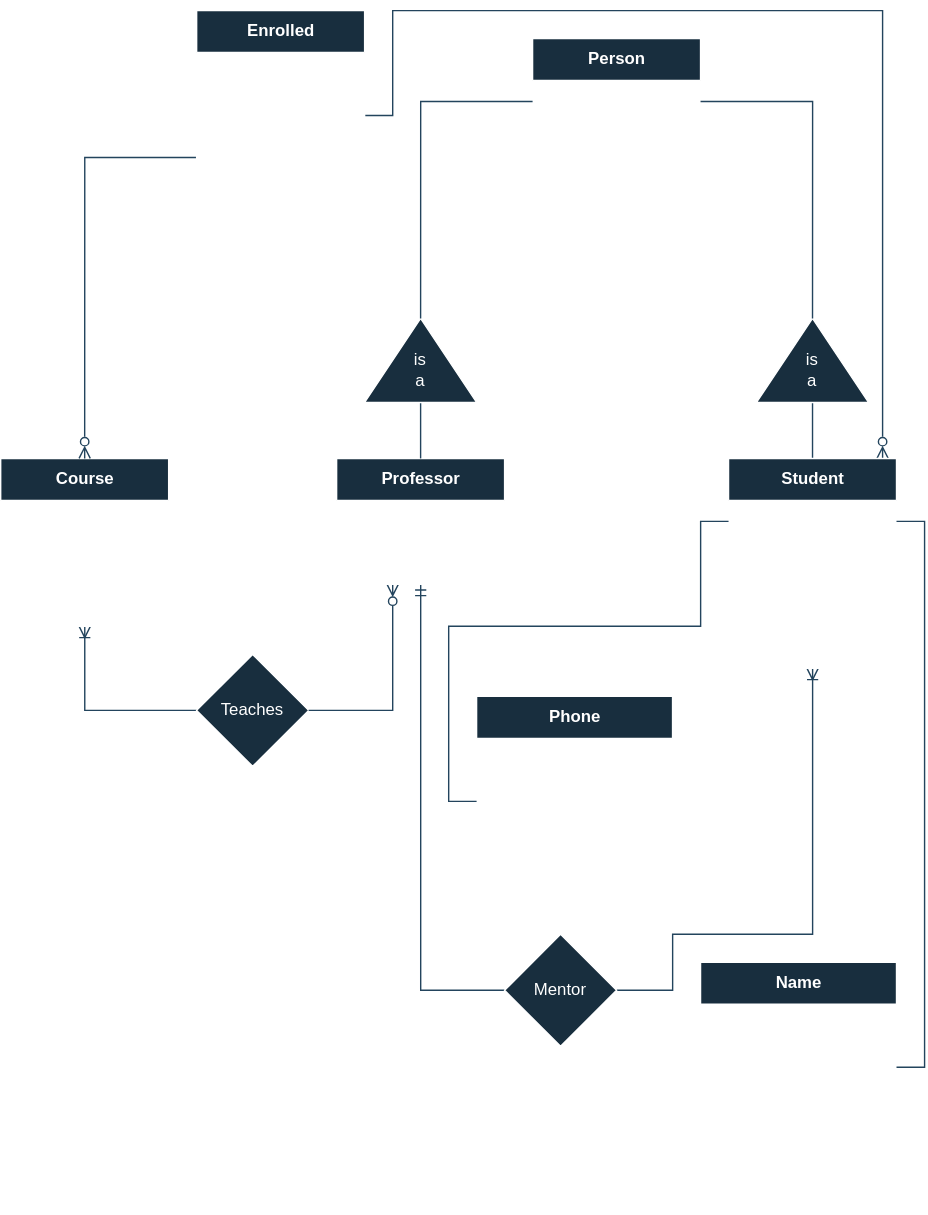
Before: _2_projects/_2_2_university_relational_schema/UniversityRelationalSchema.svg, a diagram exported from draw.io (M4MD24/SQL-Database-Level-1-Part-of-Concepts-and-Practices-by-Programming-Advices). Source tidied: cells renumbered, new cells last; positions are measured from the earlier drawing's top-left corner, leaving out a move shared by most shapes.
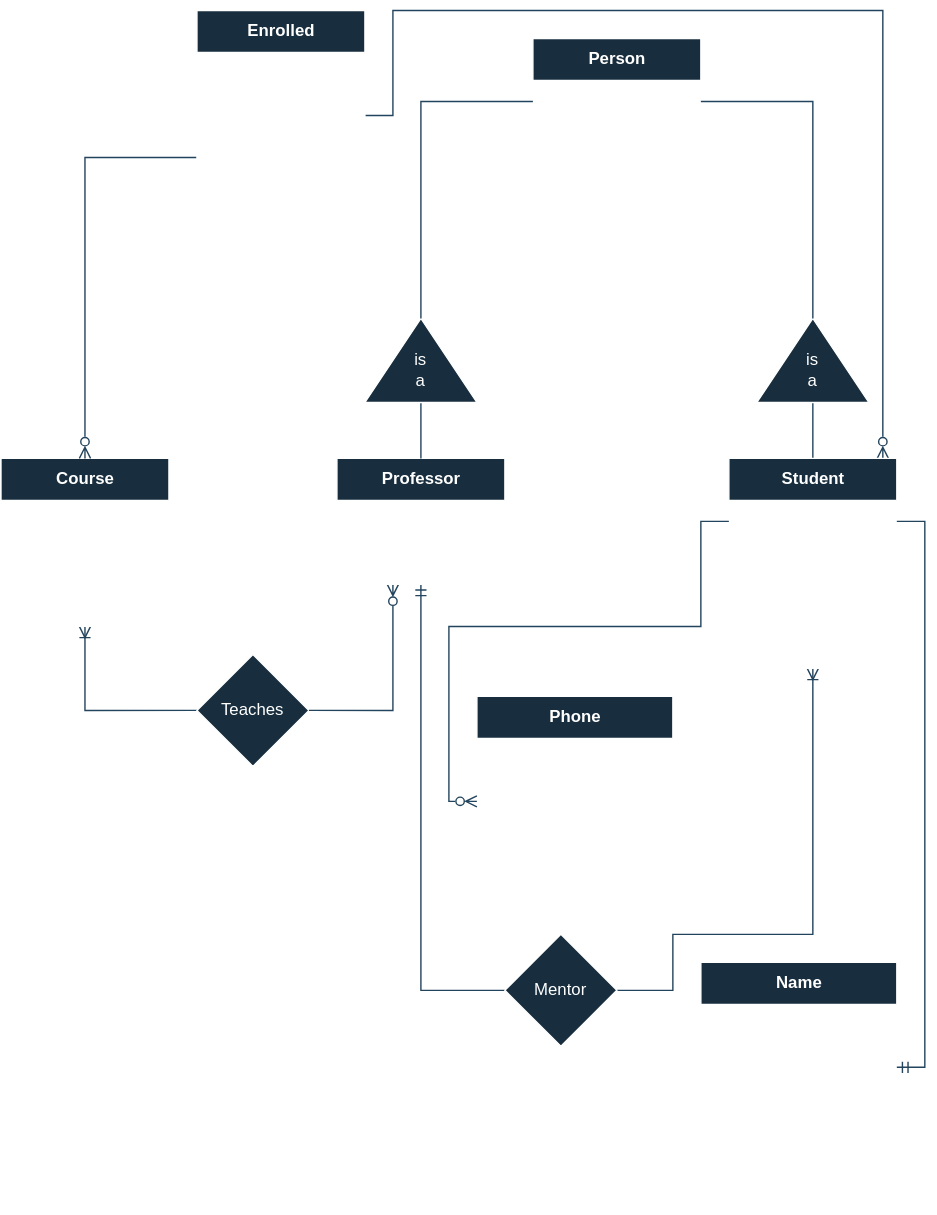
Above is the later version.

Commit message:
Learn (Convert Composite-Multivalued-Derived Attributes to Relational Schema) Concept

The edit, as a diff of the source:
```diff
@@ -225,7 +225,7 @@
     <mxCell id="66" value="Third Name" style="shape=partialRectangle;fillColor=none;top=0;left=0;bottom=0;right=0;align=left;spacingLeft=6;overflow=hidden;whiteSpace=wrap;html=1;labelBackgroundColor=none;strokeColor=#FFFFFF;fontColor=#FFFFFF;" parent="64" vertex="1">
       <mxGeometry x="30" width="110" height="30" as="geometry" />
     </mxCell>
-    <mxCell id="67" style="edgeStyle=orthogonalEdgeStyle;rounded=0;jettySize=auto;html=1;strokeColor=#23445D;align=center;verticalAlign=middle;fontFamily=Helvetica;fontSize=11;fontColor=default;labelBackgroundColor=default;startFill=0;endArrow=none;" parent="1" edge="1" source="39" target="55">
+    <mxCell id="67" style="edgeStyle=orthogonalEdgeStyle;rounded=0;jettySize=auto;html=1;strokeColor=#23445D;align=center;verticalAlign=middle;fontFamily=Helvetica;fontSize=11;fontColor=default;labelBackgroundColor=default;startFill=0;endArrow=ERmandOne;startArrow=none;endFill=0;" parent="1" edge="1" source="39" target="55">
       <mxGeometry relative="1" as="geometry">
         <Array as="points">
           <mxPoint x="660" y="365" />
@@ -272,7 +272,7 @@
     <mxCell id="80" value="Mobile Number" style="shape=partialRectangle;fillColor=none;top=0;left=0;bottom=0;right=0;align=left;spacingLeft=6;overflow=hidden;whiteSpace=wrap;html=1;labelBackgroundColor=none;strokeColor=#FFFFFF;fontColor=#FFFFFF;" parent="78" vertex="1">
       <mxGeometry x="30" width="110" height="30" as="geometry" />
     </mxCell>
-    <mxCell id="81" style="edgeStyle=orthogonalEdgeStyle;rounded=0;jettySize=auto;html=1;strokeColor=#23445D;align=center;verticalAlign=middle;fontFamily=Helvetica;fontSize=11;fontColor=default;labelBackgroundColor=default;startFill=0;endArrow=none;" parent="1" edge="1" source="39" target="72">
+    <mxCell id="81" style="edgeStyle=orthogonalEdgeStyle;rounded=0;jettySize=auto;html=1;strokeColor=#23445D;align=center;verticalAlign=middle;fontFamily=Helvetica;fontSize=11;fontColor=default;labelBackgroundColor=default;startFill=0;endArrow=ERzeroToMany;endFill=0;" parent="1" edge="1" source="39" target="72">
       <mxGeometry relative="1" as="geometry">
         <Array as="points">
           <mxPoint x="500" y="365" />
```
